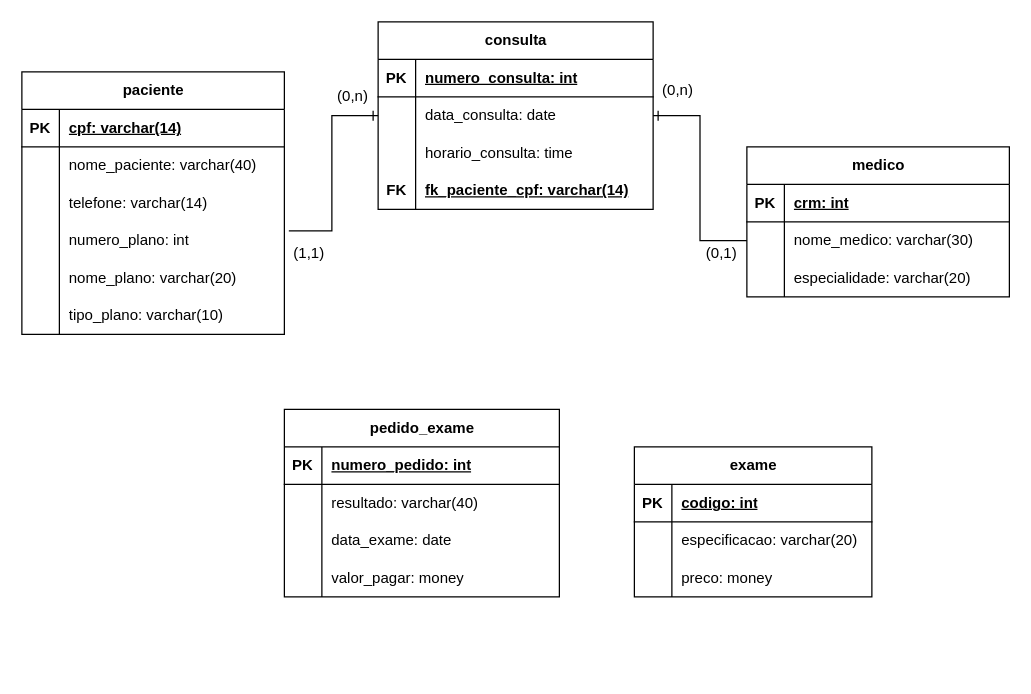
This is Untitled Diagram.drawio from nataliaoliveira9/banco_de_dados_senai, a draw.io file, before an edit. Source tidied: cells renumbered, new cells numbered last; positions are measured from the earlier drawing's top-left corner, leaving out a move shared by most shapes. Both pictures are drawn from the tidied source at 125%, with x=0, y=0 at pixel (21, 21).
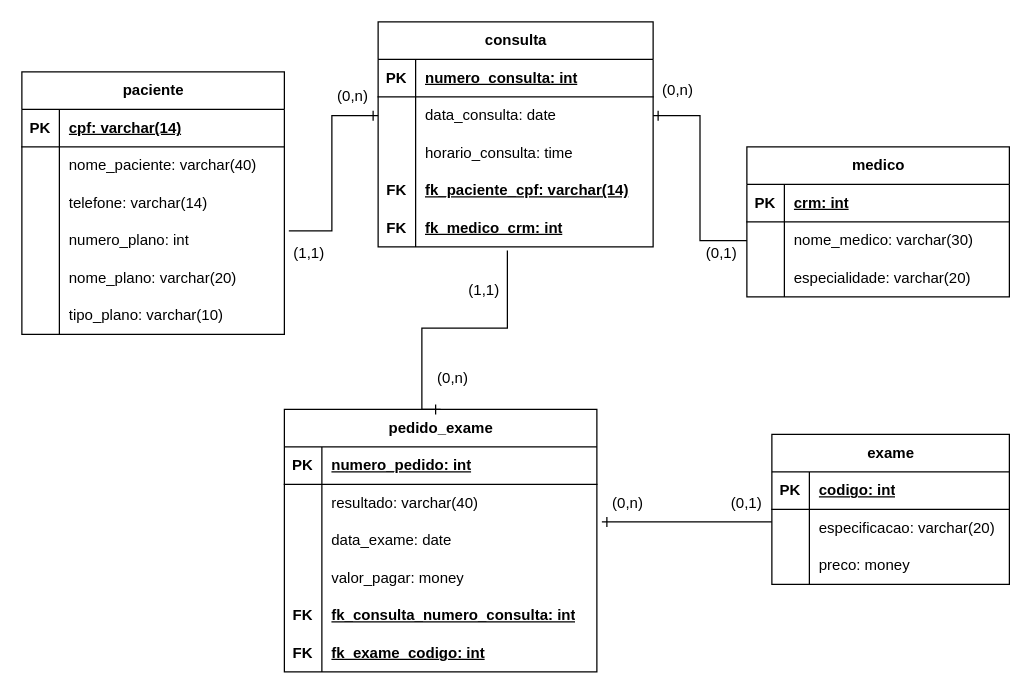
Above is the later version.

The change refers to these unchanged cells:
```xml
<mxCell id="61" style="shape=tableRow;horizontal=0;startSize=0;swimlaneHead=0;swimlaneBody=0;fillColor=none;points=[[0,0.5],[1,0.5]];portConstraint=eastwest;top=0;left=0;right=0;bottom=0;" parent="57" vertex="1">
  <mxGeometry y="60" width="190" height="30" as="geometry" />
</mxCell>
```

The edit, as a diff of the source:
```diff
@@
     <mxCell id="21" value="consulta" style="shape=table;startSize=30;childLayout=tableLayout;rowLines=0;fontStyle=1;align=center;html=1;" parent="1" vertex="1">
-      <mxGeometry x="285" width="220" height="150" as="geometry" />
+      <mxGeometry x="285" width="220" height="180" as="geometry" />
     </mxCell>
@@
+    <mxCell id="73" style="shape=tableRow;horizontal=0;startSize=0;swimlaneHead=0;swimlaneBody=0;fillColor=none;points=[[0,0.5],[1,0.5]];portConstraint=eastwest;top=0;left=0;right=0;bottom=0;" parent="21" vertex="1">
+      <mxGeometry y="150" width="220" height="30" as="geometry" />
+    </mxCell>
+    <mxCell id="74" value="FK" style="shape=partialRectangle;fillColor=none;top=0;left=0;bottom=0;right=0;overflow=hidden;whiteSpace=wrap;html=1;fontStyle=1;" parent="73" vertex="1">
+      <mxGeometry width="30" height="30" as="geometry" />
+    </mxCell>
+    <mxCell id="75" value="fk_medico_crm: int" style="shape=partialRectangle;fillColor=none;top=0;left=0;bottom=0;right=0;align=left;spacingLeft=6;overflow=hidden;whiteSpace=wrap;html=1;fontStyle=5;" parent="73" vertex="1">
+      <mxGeometry x="30" width="190" height="30" as="geometry" />
+    </mxCell>
@@
     <mxCell id="44" value="pedido_exame" style="shape=table;startSize=30;childLayout=tableLayout;rowLines=0;fontStyle=1;align=center;html=1;" parent="1" vertex="1">
-      <mxGeometry x="210" y="310" width="220" height="150" as="geometry" />
+      <mxGeometry x="210" y="310" width="250" height="210" as="geometry" />
     </mxCell>
     <mxCell id="45" style="shape=tableRow;horizontal=0;startSize=0;swimlaneHead=0;swimlaneBody=0;fillColor=none;top=0;left=0;right=0;bottom=1;" parent="44" vertex="1">
-      <mxGeometry y="30" width="220" height="30" as="geometry" />
+      <mxGeometry y="30" width="250" height="30" as="geometry" />
     </mxCell>
@@
     <mxCell id="47" value="numero_pedido: int" style="shape=partialRectangle;fillColor=none;top=0;left=0;bottom=0;right=0;align=left;spacingLeft=6;fontStyle=5;overflow=hidden;whiteSpace=wrap;html=1;" parent="45" vertex="1">
-      <mxGeometry x="30" width="190" height="30" as="geometry" />
+      <mxGeometry x="30" width="220" height="30" as="geometry" />
     </mxCell>
     <mxCell id="48" style="shape=tableRow;horizontal=0;startSize=0;swimlaneHead=0;swimlaneBody=0;fillColor=none;top=0;left=0;right=0;bottom=0;" parent="44" vertex="1">
-      <mxGeometry y="60" width="220" height="30" as="geometry" />
+      <mxGeometry y="60" width="250" height="30" as="geometry" />
     </mxCell>
@@
     <mxCell id="50" value="resultado: varchar(40)" style="shape=partialRectangle;fillColor=none;top=0;left=0;bottom=0;right=0;align=left;spacingLeft=6;overflow=hidden;whiteSpace=wrap;html=1;" parent="48" vertex="1">
-      <mxGeometry x="30" width="190" height="30" as="geometry" />
+      <mxGeometry x="30" width="220" height="30" as="geometry" />
     </mxCell>
     <mxCell id="51" style="shape=tableRow;horizontal=0;startSize=0;swimlaneHead=0;swimlaneBody=0;fillColor=none;top=0;left=0;right=0;bottom=0;" parent="44" vertex="1">
-      <mxGeometry y="90" width="220" height="30" as="geometry" />
+      <mxGeometry y="90" width="250" height="30" as="geometry" />
     </mxCell>
@@
     <mxCell id="53" value="data_exame: date" style="shape=partialRectangle;fillColor=none;top=0;left=0;bottom=0;right=0;align=left;spacingLeft=6;overflow=hidden;whiteSpace=wrap;html=1;" parent="51" vertex="1">
-      <mxGeometry x="30" width="190" height="30" as="geometry" />
+      <mxGeometry x="30" width="220" height="30" as="geometry" />
     </mxCell>
     <mxCell id="54" style="shape=tableRow;horizontal=0;startSize=0;swimlaneHead=0;swimlaneBody=0;fillColor=none;top=0;left=0;right=0;bottom=0;" parent="44" vertex="1">
-      <mxGeometry y="120" width="220" height="30" as="geometry" />
+      <mxGeometry y="120" width="250" height="30" as="geometry" />
     </mxCell>
@@
     <mxCell id="56" value="valor_pagar: money" style="shape=partialRectangle;fillColor=none;top=0;left=0;bottom=0;right=0;align=left;spacingLeft=6;overflow=hidden;whiteSpace=wrap;html=1;" parent="54" vertex="1">
-      <mxGeometry x="30" width="190" height="30" as="geometry" />
+      <mxGeometry x="30" width="220" height="30" as="geometry" />
     </mxCell>
+    <mxCell id="76" style="shape=tableRow;horizontal=0;startSize=0;swimlaneHead=0;swimlaneBody=0;fillColor=none;top=0;left=0;right=0;bottom=0;" parent="44" vertex="1">
+      <mxGeometry y="150" width="250" height="30" as="geometry" />
+    </mxCell>
+    <mxCell id="77" value="FK" style="shape=partialRectangle;fillColor=none;top=0;left=0;bottom=0;right=0;overflow=hidden;whiteSpace=wrap;html=1;fontStyle=1;" parent="76" vertex="1">
+      <mxGeometry width="30" height="30" as="geometry" />
+    </mxCell>
+    <mxCell id="78" value="fk_consulta_numero_consulta: int" style="shape=partialRectangle;fillColor=none;top=0;left=0;bottom=0;right=0;align=left;spacingLeft=6;overflow=hidden;whiteSpace=wrap;html=1;fontStyle=5;" parent="76" vertex="1">
+      <mxGeometry x="30" width="220" height="30" as="geometry" />
+    </mxCell>
+    <mxCell id="79" style="shape=tableRow;horizontal=0;startSize=0;swimlaneHead=0;swimlaneBody=0;fillColor=none;top=0;left=0;right=0;bottom=0;" parent="44" vertex="1">
+      <mxGeometry y="180" width="250" height="30" as="geometry" />
+    </mxCell>
+    <mxCell id="80" value="FK" style="shape=partialRectangle;fillColor=none;top=0;left=0;bottom=0;right=0;overflow=hidden;whiteSpace=wrap;html=1;fontStyle=1;" parent="79" vertex="1">
+      <mxGeometry width="30" height="30" as="geometry" />
+    </mxCell>
+    <mxCell id="81" value="fk_exame_codigo: int" style="shape=partialRectangle;fillColor=none;top=0;left=0;bottom=0;right=0;align=left;spacingLeft=6;overflow=hidden;whiteSpace=wrap;html=1;fontStyle=5;" parent="79" vertex="1">
+      <mxGeometry x="30" width="220" height="30" as="geometry" />
+    </mxCell>
     <mxCell id="57" value="exame" style="shape=table;startSize=30;childLayout=tableLayout;rowLines=0;fontStyle=1;align=center;html=1;" parent="1" vertex="1">
-      <mxGeometry x="490" y="340" width="190" height="120" as="geometry" />
+      <mxGeometry x="600" y="330" width="190" height="120" as="geometry" />
     </mxCell>
@@
+    <mxCell id="82" style="edgeStyle=orthogonalEdgeStyle;fontSize=12;html=1;endArrow=ERone;endFill=1;rounded=0;exitX=0.47;exitY=1.098;exitDx=0;exitDy=0;exitPerimeter=0;entryX=0.5;entryY=0;entryDx=0;entryDy=0;" parent="1" edge="1" source="73" target="44">
+      <mxGeometry relative="1" as="geometry">
+        <Array as="points">
+          <mxPoint x="388" y="245" />
+          <mxPoint x="320" y="245" />
+        </Array>
+      </mxGeometry>
+    </mxCell>
+    <mxCell id="83" value="(1,1)" style="text;strokeColor=none;align=center;fillColor=none;html=1;verticalAlign=middle;whiteSpace=wrap;rounded=0;" parent="1" vertex="1">
+      <mxGeometry x="340" y="190" width="60" height="50" as="geometry" />
+    </mxCell>
+    <mxCell id="84" value="(0,n)" style="text;strokeColor=none;align=center;fillColor=none;html=1;verticalAlign=middle;whiteSpace=wrap;rounded=0;" parent="1" vertex="1">
+      <mxGeometry x="320" y="270" width="50" height="30" as="geometry" />
+    </mxCell>
+    <mxCell id="85" style="fontSize=12;html=1;endArrow=ERone;endFill=1;rounded=0;exitX=0;exitY=0.333;exitDx=0;exitDy=0;exitPerimeter=0;edgeStyle=orthogonalEdgeStyle;" parent="1" edge="1" source="61">
+      <mxGeometry relative="1" as="geometry">
+        <mxPoint x="464" y="400" as="targetPoint" />
+      </mxGeometry>
+    </mxCell>
+    <mxCell id="86" value="(0,n)" style="text;strokeColor=none;align=center;fillColor=none;html=1;verticalAlign=middle;whiteSpace=wrap;rounded=0;" parent="1" vertex="1">
+      <mxGeometry x="460" y="370" width="50" height="30" as="geometry" />
+    </mxCell>
+    <mxCell id="87" value="(0,1)" style="text;strokeColor=none;align=center;fillColor=none;html=1;verticalAlign=middle;whiteSpace=wrap;rounded=0;" parent="1" vertex="1">
+      <mxGeometry x="550" y="360" width="60" height="50" as="geometry" />
+    </mxCell>
```
